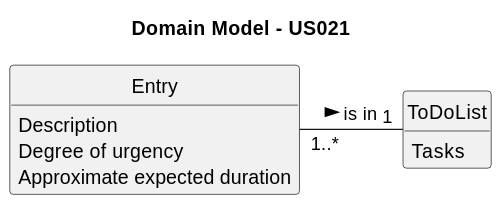
The PlantUML diagram docs/sprintC/us021/02.analysis/svg/us021-domain-model.svg in RicardoMorim/lapr2-ISEP-Project, before a commit.
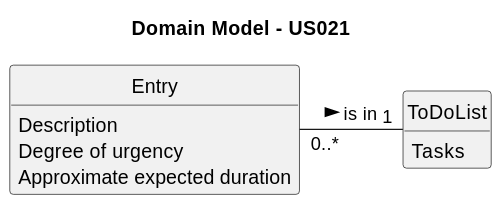
After the commit.

Change to the diagram source:
```diff
@@ -18,5 +18,5 @@
     Tasks
 }
 
-Entry "1..*" - "1" ToDoList: is in >
+Entry "0..*" - "1" ToDoList: is in >
 @enduml
```
